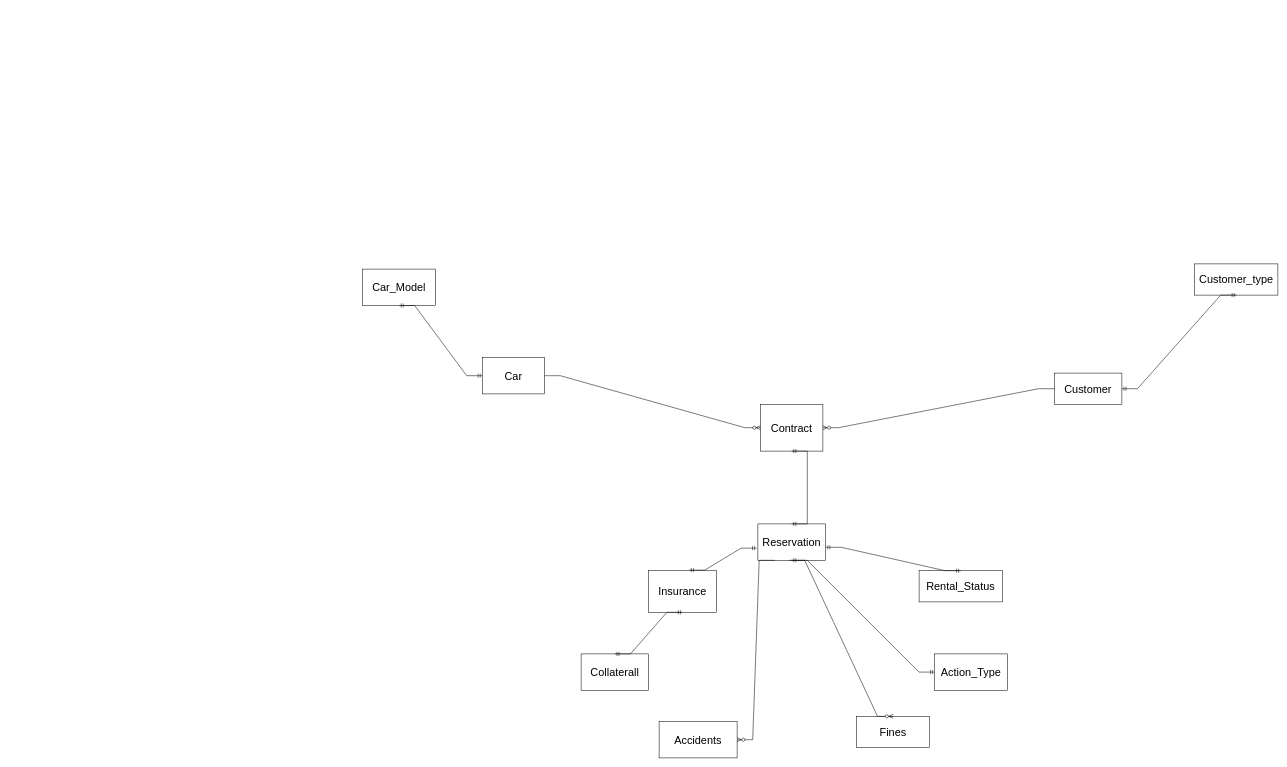
Before: Untitled Diagram.drawio in esmailalmoshki/Diagram, a draw.io diagram. Source tidied: cells renumbered, new cells numbered last; positions are measured from the earlier drawing's top-left corner, leaving out a move shared by most shapes. Both pictures are drawn from the tidied source at 52%, with x=0, y=0 at pixel (362, 264).
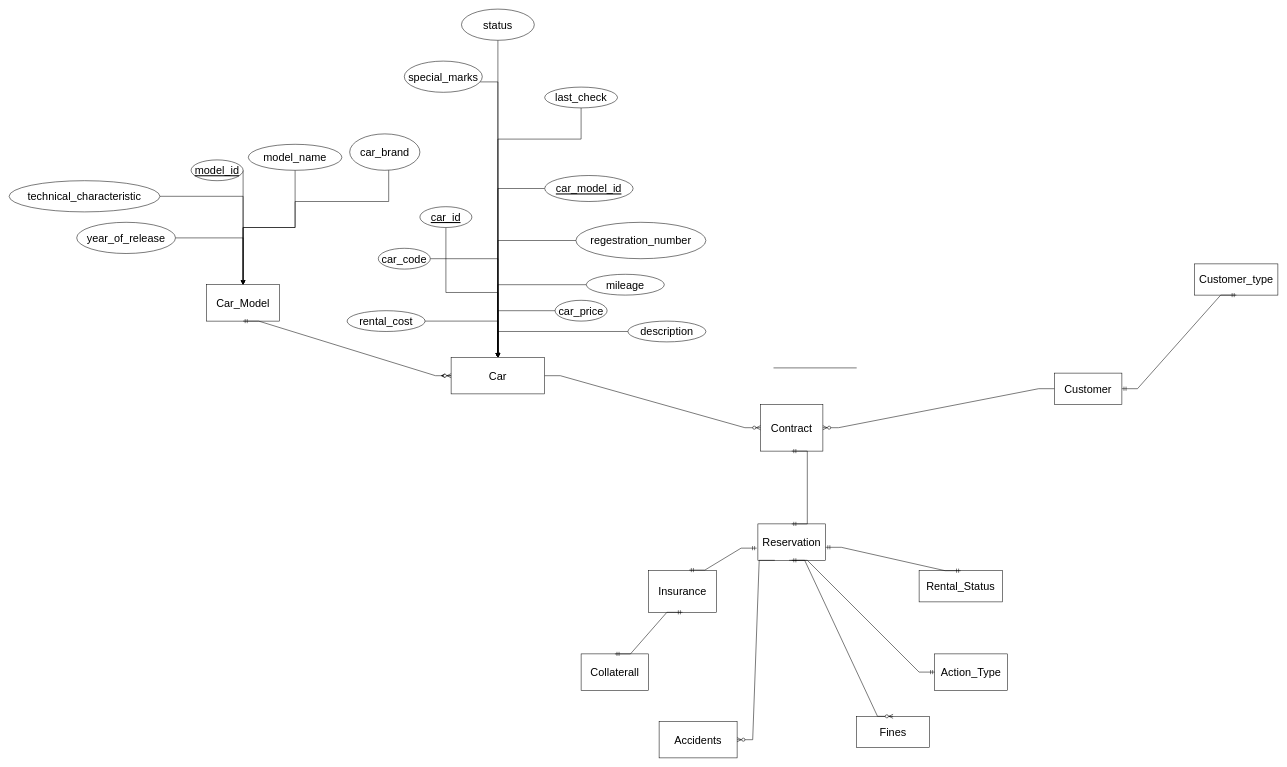
The same diagram, later.

What changed in the source:
```diff
@@
     <mxCell id="3" value="&lt;font style=&quot;font-size: 21px;&quot;&gt;Car_Model&lt;/font&gt;" style="whiteSpace=wrap;html=1;align=center;fontSize=21;" parent="1" vertex="1">
-      <mxGeometry y="10" width="140" height="70" as="geometry" />
+      <mxGeometry x="-300" y="40" width="140" height="70" as="geometry" />
     </mxCell>
+    <mxCell id="25" style="edgeStyle=orthogonalEdgeStyle;rounded=0;jettySize=auto;html=1;fontSize=21;" parent="1" edge="1" source="4">
+      <mxGeometry relative="1" as="geometry">
+        <mxPoint x="150" y="215" as="targetPoint" />
+      </mxGeometry>
+    </mxCell>
     <mxCell id="4" value="Car" style="whiteSpace=wrap;html=1;align=center;fontSize=21;" parent="1" vertex="1">
-      <mxGeometry x="230" y="180" width="120" height="70" as="geometry" />
+      <mxGeometry x="170" y="180" width="180" height="70" as="geometry" />
     </mxCell>
@@
-    <mxCell id="14" style="edgeStyle=entityRelationEdgeStyle;fontSize=21;html=1;endArrow=ERmandOne;startArrow=ERmandOne;rounded=0;entryX=0.5;entryY=1;entryDx=0;entryDy=0;" parent="1" edge="1" source="4" target="3">
-      <mxGeometry relative="1" as="geometry" />
-    </mxCell>
@@
+    <mxCell id="26" style="endArrow=none;html=1;rounded=0;fontSize=21;" parent="1" edge="1">
+      <mxGeometry relative="1" as="geometry">
+        <mxPoint x="790" y="200" as="sourcePoint" />
+        <mxPoint x="950" y="200" as="targetPoint" />
+      </mxGeometry>
+    </mxCell>
+    <mxCell id="27" style="edgeStyle=orthogonalEdgeStyle;rounded=0;jettySize=auto;html=1;fontSize=21;" parent="1" edge="1" source="28" target="3">
+      <mxGeometry relative="1" as="geometry" />
+    </mxCell>
+    <mxCell id="28" value="year_of_release" style="ellipse;whiteSpace=wrap;html=1;align=center;fontSize=21;" parent="1" vertex="1">
+      <mxGeometry x="-550" y="-80" width="190" height="60" as="geometry" />
+    </mxCell>
+    <mxCell id="29" style="edgeStyle=orthogonalEdgeStyle;rounded=0;jettySize=auto;html=1;entryX=0.5;entryY=0;entryDx=0;entryDy=0;fontSize=21;" parent="1" edge="1" source="30" target="3">
+      <mxGeometry relative="1" as="geometry" />
+    </mxCell>
+    <mxCell id="30" value="model_name" style="ellipse;whiteSpace=wrap;html=1;align=center;fontSize=21;" parent="1" vertex="1">
+      <mxGeometry x="-220" y="-230" width="180" height="50" as="geometry" />
+    </mxCell>
+    <mxCell id="31" style="edgeStyle=orthogonalEdgeStyle;rounded=0;jettySize=auto;html=1;entryX=0.5;entryY=0;entryDx=0;entryDy=0;fontSize=21;" parent="1" edge="1" source="32" target="3">
+      <mxGeometry relative="1" as="geometry">
+        <Array as="points">
+          <mxPoint x="50" y="-120" />
+          <mxPoint x="-130" y="-120" />
+          <mxPoint x="-130" y="-70" />
+          <mxPoint x="-230" y="-70" />
+        </Array>
+      </mxGeometry>
+    </mxCell>
+    <mxCell id="32" value="car_brand" style="ellipse;whiteSpace=wrap;html=1;align=center;fontSize=21;" parent="1" vertex="1">
+      <mxGeometry x="-25" y="-250" width="135" height="70" as="geometry" />
+    </mxCell>
+    <mxCell id="33" style="edgeStyle=orthogonalEdgeStyle;rounded=0;jettySize=auto;html=1;entryX=0.5;entryY=0;entryDx=0;entryDy=0;fontSize=21;" parent="1" edge="1" source="34" target="3">
+      <mxGeometry relative="1" as="geometry">
+        <Array as="points">
+          <mxPoint x="-230" y="-20" />
+          <mxPoint x="-230" y="-20" />
+        </Array>
+      </mxGeometry>
+    </mxCell>
+    <mxCell id="34" value="model_id" style="ellipse;whiteSpace=wrap;html=1;align=center;fontStyle=4;fontSize=21;" parent="1" vertex="1">
+      <mxGeometry x="-330" y="-200" width="100" height="40" as="geometry" />
+    </mxCell>
+    <mxCell id="35" style="edgeStyle=orthogonalEdgeStyle;rounded=0;jettySize=auto;html=1;fontSize=21;" parent="1" edge="1" source="36" target="4">
+      <mxGeometry relative="1" as="geometry">
+        <Array as="points">
+          <mxPoint x="260" y="30" />
+          <mxPoint x="260" y="30" />
+        </Array>
+      </mxGeometry>
+    </mxCell>
+    <mxCell id="36" value="car_model_id" style="ellipse;whiteSpace=wrap;html=1;align=center;fontStyle=4;fontSize=21;" parent="1" vertex="1">
+      <mxGeometry x="350" y="-170" width="170" height="50" as="geometry" />
+    </mxCell>
+    <mxCell id="37" style="edgeStyle=orthogonalEdgeStyle;rounded=0;jettySize=auto;html=1;entryX=0.5;entryY=0;entryDx=0;entryDy=0;fontSize=21;" parent="1" edge="1" source="38" target="4">
+      <mxGeometry relative="1" as="geometry" />
+    </mxCell>
+    <mxCell id="38" value="car_code" style="ellipse;whiteSpace=wrap;html=1;align=center;fontSize=21;" parent="1" vertex="1">
+      <mxGeometry x="30" y="-30" width="100" height="40" as="geometry" />
+    </mxCell>
+    <mxCell id="39" style="edgeStyle=orthogonalEdgeStyle;rounded=0;jettySize=auto;html=1;entryX=0.5;entryY=0;entryDx=0;entryDy=0;fontSize=21;" parent="1" edge="1" source="40" target="4">
+      <mxGeometry relative="1" as="geometry" />
+    </mxCell>
+    <mxCell id="40" value="mileage" style="ellipse;whiteSpace=wrap;html=1;align=center;fontSize=21;" parent="1" vertex="1">
+      <mxGeometry x="430" y="20" width="150" height="40" as="geometry" />
+    </mxCell>
+    <mxCell id="41" style="edgeStyle=orthogonalEdgeStyle;rounded=0;jettySize=auto;html=1;fontSize=21;" parent="1" edge="1" source="42" target="4">
+      <mxGeometry relative="1" as="geometry" />
+    </mxCell>
+    <mxCell id="42" value="regestration_number" style="ellipse;whiteSpace=wrap;html=1;align=center;fontSize=21;" parent="1" vertex="1">
+      <mxGeometry x="410" y="-80" width="250" height="70" as="geometry" />
+    </mxCell>
+    <mxCell id="43" style="edgeStyle=orthogonalEdgeStyle;rounded=0;jettySize=auto;html=1;entryX=0.5;entryY=0;entryDx=0;entryDy=0;fontSize=21;" parent="1" edge="1" source="44" target="4">
+      <mxGeometry relative="1" as="geometry" />
+    </mxCell>
+    <mxCell id="44" value="rental_cost" style="ellipse;whiteSpace=wrap;html=1;align=center;fontSize=21;" parent="1" vertex="1">
+      <mxGeometry x="-30" y="90" width="150" height="40" as="geometry" />
+    </mxCell>
+    <mxCell id="45" style="edgeStyle=orthogonalEdgeStyle;rounded=0;jettySize=auto;html=1;entryX=0.5;entryY=0;entryDx=0;entryDy=0;fontSize=21;" parent="1" edge="1" source="46" target="4">
+      <mxGeometry relative="1" as="geometry" />
+    </mxCell>
+    <mxCell id="46" value="car_price" style="ellipse;whiteSpace=wrap;html=1;align=center;fontSize=21;" parent="1" vertex="1">
+      <mxGeometry x="370" y="70" width="100" height="40" as="geometry" />
+    </mxCell>
+    <mxCell id="47" style="edgeStyle=orthogonalEdgeStyle;rounded=0;jettySize=auto;html=1;fontSize=21;" parent="1" edge="1" source="48" target="4">
+      <mxGeometry relative="1" as="geometry" />
+    </mxCell>
+    <mxCell id="48" value="car_id" style="ellipse;whiteSpace=wrap;html=1;align=center;fontStyle=4;fontSize=21;" parent="1" vertex="1">
+      <mxGeometry x="110" y="-110" width="100" height="40" as="geometry" />
+    </mxCell>
+    <mxCell id="49" style="edgeStyle=entityRelationEdgeStyle;fontSize=12;html=1;endArrow=ERzeroToMany;startArrow=ERmandOne;rounded=0;exitX=0.5;exitY=1;exitDx=0;exitDy=0;" parent="1" edge="1" source="3" target="4">
+      <mxGeometry relative="1" as="geometry" />
+    </mxCell>
+    <mxCell id="50" style="edgeStyle=orthogonalEdgeStyle;rounded=0;jettySize=auto;html=1;entryX=0.5;entryY=0;entryDx=0;entryDy=0;fontSize=21;" parent="1" edge="1" source="51" target="3">
+      <mxGeometry relative="1" as="geometry" />
+    </mxCell>
+    <mxCell id="51" value="technical_characteristic" style="ellipse;whiteSpace=wrap;html=1;align=center;fontSize=21;" parent="1" vertex="1">
+      <mxGeometry x="-680" y="-160" width="290" height="60" as="geometry" />
+    </mxCell>
+    <mxCell id="52" style="edgeStyle=orthogonalEdgeStyle;rounded=0;jettySize=auto;html=1;entryX=0.5;entryY=0;entryDx=0;entryDy=0;fontSize=21;" parent="1" edge="1" source="53" target="4">
+      <mxGeometry relative="1" as="geometry">
+        <Array as="points">
+          <mxPoint x="420" y="-240" />
+          <mxPoint x="260" y="-240" />
+        </Array>
+      </mxGeometry>
+    </mxCell>
+    <mxCell id="53" value="last_check" style="ellipse;whiteSpace=wrap;html=1;align=center;fontSize=21;" parent="1" vertex="1">
+      <mxGeometry x="350" y="-340" width="140" height="40" as="geometry" />
+    </mxCell>
+    <mxCell id="54" style="edgeStyle=orthogonalEdgeStyle;rounded=0;jettySize=auto;html=1;entryX=0.5;entryY=0;entryDx=0;entryDy=0;fontSize=21;" parent="1" edge="1" source="55" target="4">
+      <mxGeometry relative="1" as="geometry" />
+    </mxCell>
+    <mxCell id="55" value="description" style="ellipse;whiteSpace=wrap;html=1;align=center;fontSize=21;" parent="1" vertex="1">
+      <mxGeometry x="510" y="110" width="150" height="40" as="geometry" />
+    </mxCell>
+    <mxCell id="56" style="edgeStyle=orthogonalEdgeStyle;rounded=0;jettySize=auto;html=1;entryX=0.5;entryY=0;entryDx=0;entryDy=0;fontSize=21;" parent="1" edge="1" source="57" target="4">
+      <mxGeometry relative="1" as="geometry">
+        <Array as="points">
+          <mxPoint x="260" y="-350" />
+        </Array>
+      </mxGeometry>
+    </mxCell>
+    <mxCell id="57" value="special_marks" style="ellipse;whiteSpace=wrap;html=1;align=center;fontSize=21;" parent="1" vertex="1">
+      <mxGeometry x="80" y="-390" width="150" height="60" as="geometry" />
+    </mxCell>
+    <mxCell id="58" style="edgeStyle=orthogonalEdgeStyle;rounded=0;jettySize=auto;html=1;fontSize=21;" parent="1" edge="1" source="59" target="4">
+      <mxGeometry relative="1" as="geometry" />
+    </mxCell>
+    <mxCell id="59" value="status" style="ellipse;whiteSpace=wrap;html=1;align=center;fontSize=21;" parent="1" vertex="1">
+      <mxGeometry x="190" y="-490" width="140" height="60" as="geometry" />
+    </mxCell>
```
